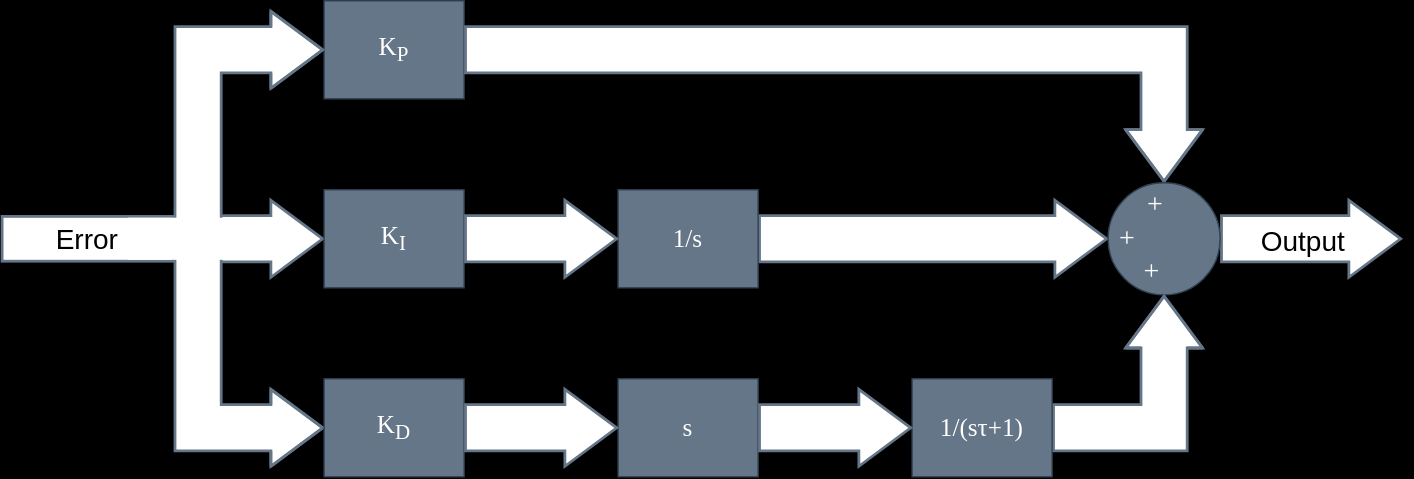
Earlier version of the draw.io export docs/svg/Block_Diagram_PID.svg (gab-k/RP2040-Decoder). Source tidied: cells renumbered, new cells last; positions are measured from the earlier drawing's top-left corner, leaving out a move shared by most shapes. The source it was exported from:
```xml
<mxGraphModel background="#000000">
  <root>
    <mxCell id="0" />
    <mxCell id="1" parent="0" />
    <mxCell id="2" style="endArrow=classic;html=1;rounded=0;strokeColor=#647687;shape=flexArrow;strokeWidth=2;fillColor=default;gradientColor=none;width=32;endSize=11.67;entryX=0;entryY=0.5;entryDx=0;entryDy=0;" parent="1" edge="1" target="4">
      <mxGeometry relative="1" as="geometry">
        <mxPoint x="130" y="170" as="sourcePoint" />
      </mxGeometry>
    </mxCell>
    <mxCell id="3" style="edgeStyle=orthogonalEdgeStyle;rounded=0;jettySize=auto;html=1;startArrow=none;" parent="1" edge="1" source="12">
      <mxGeometry relative="1" as="geometry">
        <mxPoint x="1000" y="170" as="targetPoint" />
      </mxGeometry>
    </mxCell>
    <mxCell id="4" value="K&lt;sub&gt;I&lt;/sub&gt;" style="rounded=0;whiteSpace=wrap;html=1;fontFamily=Verdana;fontSize=18;fontColor=#ffffff;fillColor=#647687;strokeColor=#314354;" parent="1" vertex="1">
      <mxGeometry x="230" y="135" width="100" height="70" as="geometry" />
    </mxCell>
    <mxCell id="5" style="edgeStyle=orthogonalEdgeStyle;rounded=0;jettySize=auto;html=1;startArrow=none;" parent="1" edge="1" target="4">
      <mxGeometry relative="1" as="geometry">
        <mxPoint x="590" y="170" as="sourcePoint" />
      </mxGeometry>
    </mxCell>
    <mxCell id="6" style="endArrow=classic;html=1;rounded=0;strokeColor=#647687;exitX=1;exitY=0.5;exitDx=0;exitDy=0;shape=flexArrow;strokeWidth=2;fillColor=default;gradientColor=none;width=32;endSize=11.67;entryX=0;entryY=0.5;entryDx=0;entryDy=0;startArrow=none;" parent="1" edge="1" source="20" target="12">
      <mxGeometry relative="1" as="geometry" />
    </mxCell>
    <mxCell id="7" value="K&lt;sub&gt;P&lt;/sub&gt;" style="rounded=0;whiteSpace=wrap;html=1;fontFamily=Verdana;fontSize=18;fontColor=#ffffff;fillColor=#647687;strokeColor=#314354;" parent="1" vertex="1">
      <mxGeometry x="230" width="100" height="70" as="geometry" />
    </mxCell>
    <mxCell id="8" style="endArrow=classic;html=1;rounded=0;strokeColor=#647687;shape=flexArrow;strokeWidth=2;fillColor=default;gradientColor=none;width=32;endSize=11.67;entryX=0;entryY=0.5;entryDx=0;entryDy=0;horizontal=0;startArrow=none;" parent="1" edge="1" target="7">
      <mxGeometry relative="1" as="geometry">
        <mxPoint x="140" y="170" as="sourcePoint" />
        <Array as="points">
          <mxPoint x="140" y="35" />
        </Array>
      </mxGeometry>
    </mxCell>
    <mxCell id="9" style="endArrow=classic;html=1;rounded=0;strokeColor=#647687;exitX=1;exitY=0.5;exitDx=0;exitDy=0;shape=flexArrow;strokeWidth=2;fillColor=default;gradientColor=none;width=32;endSize=11.67;entryX=0;entryY=0.5;entryDx=0;entryDy=0;" parent="1" edge="1" source="12">
      <mxGeometry relative="1" as="geometry">
        <mxPoint x="1000" y="170" as="targetPoint" />
      </mxGeometry>
    </mxCell>
    <mxCell id="10" value="Output" style="edgeLabel;html=1;align=center;verticalAlign=middle;fontSize=20;fontColor=default;" parent="9" vertex="1">
      <mxGeometry x="-0.45" relative="1" as="geometry">
        <mxPoint x="23" as="offset" />
      </mxGeometry>
    </mxCell>
    <mxCell id="11" style="endArrow=classic;html=1;rounded=0;strokeColor=#647687;shape=flexArrow;strokeWidth=2;fillColor=default;gradientColor=none;width=32;endSize=11.67;entryX=0.5;entryY=0;entryDx=0;entryDy=0;exitX=1;exitY=0.5;exitDx=0;exitDy=0;" parent="1" edge="1" source="7" target="12">
      <mxGeometry relative="1" as="geometry">
        <Array as="points">
          <mxPoint x="830" y="35" />
        </Array>
      </mxGeometry>
    </mxCell>
    <mxCell id="12" value="&lt;div style=&quot;font-size: 20px;&quot;&gt;&lt;font style=&quot;font-size: 20px;&quot;&gt;&amp;nbsp;&amp;nbsp;&amp;nbsp;&amp;nbsp;&amp;nbsp;&amp;nbsp;&amp;nbsp; +&lt;/font&gt;&lt;/div&gt;&lt;div style=&quot;font-size: 20px;&quot;&gt;&lt;font style=&quot;font-size: 20px;&quot;&gt;+&lt;br&gt;&lt;/font&gt;&lt;/div&gt;&lt;div style=&quot;font-size: 20px;&quot;&gt;&lt;font style=&quot;font-size: 20px;&quot;&gt;&amp;nbsp;&amp;nbsp;&amp;nbsp;&amp;nbsp;&amp;nbsp;&amp;nbsp; + &lt;br&gt;&lt;/font&gt;&lt;/div&gt;" style="ellipse;whiteSpace=wrap;html=1;rounded=0;shadow=0;glass=0;labelBackgroundColor=none;labelBorderColor=none;sketch=0;fontSize=18;fontColor=#ffffff;fontFamily=Verdana;fillColor=#647687;strokeColor=#314354;spacingRight=20;spacingLeft=-32;spacingBottom=4;" parent="1" vertex="1">
      <mxGeometry x="790" y="130" width="80" height="80" as="geometry" />
    </mxCell>
    <mxCell id="13" style="endArrow=classic;html=1;rounded=0;strokeColor=#647687;shape=flexArrow;strokeWidth=2;fillColor=default;gradientColor=none;width=32;endSize=11.67;entryX=0;entryY=0.5;entryDx=0;entryDy=0;" parent="1" edge="1" target="14">
      <mxGeometry relative="1" as="geometry">
        <mxPoint x="140" y="170" as="sourcePoint" />
        <Array as="points">
          <mxPoint x="140" y="305" />
        </Array>
      </mxGeometry>
    </mxCell>
    <mxCell id="14" value="K&lt;sub&gt;D&lt;/sub&gt;" style="rounded=0;whiteSpace=wrap;html=1;fontFamily=Verdana;fontSize=18;fontColor=#ffffff;fillColor=#647687;strokeColor=#314354;" parent="1" vertex="1">
      <mxGeometry x="230" y="270" width="100" height="70" as="geometry" />
    </mxCell>
    <mxCell id="15" value="s" style="rounded=0;whiteSpace=wrap;html=1;fontFamily=Verdana;fontSize=18;fontColor=#ffffff;fillColor=#647687;strokeColor=#314354;" parent="1" vertex="1">
      <mxGeometry x="440" y="270" width="100" height="70" as="geometry" />
    </mxCell>
    <mxCell id="16" style="endArrow=classic;html=1;rounded=0;strokeColor=#647687;shape=flexArrow;strokeWidth=2;fillColor=default;gradientColor=none;width=32;endSize=11.67;entryX=0;entryY=0.5;entryDx=0;entryDy=0;exitX=1;exitY=0.5;exitDx=0;exitDy=0;" parent="1" edge="1" source="14" target="15">
      <mxGeometry relative="1" as="geometry" />
    </mxCell>
    <mxCell id="17" style="endArrow=classic;html=1;rounded=0;strokeColor=#647687;exitX=1;exitY=0.5;exitDx=0;exitDy=0;shape=flexArrow;strokeWidth=2;fillColor=default;gradientColor=none;width=32;endSize=11.67;entryX=0.5;entryY=1;entryDx=0;entryDy=0;startArrow=none;" parent="1" edge="1" source="21" target="12">
      <mxGeometry relative="1" as="geometry">
        <Array as="points">
          <mxPoint x="830" y="305" />
        </Array>
      </mxGeometry>
    </mxCell>
    <mxCell id="18" value="&lt;font style=&quot;font-size: 20px;&quot;&gt;Error&lt;/font&gt;" style="rounded=0;whiteSpace=wrap;html=1;fontSize=11;strokeWidth=2;strokeColor=#647687;fillColor=default;fontColor=default;labelBackgroundColor=default;endArrow=classic;gradientColor=none;endSize=11.67;" parent="1" vertex="1">
      <mxGeometry y="154" width="122" height="32" as="geometry" />
    </mxCell>
    <mxCell id="19" style="rounded=0;whiteSpace=wrap;html=1;fontSize=13;strokeWidth=0;strokeColor=#FFFFFF;fillColor=default;fontColor=#FFFFFF;" parent="1" vertex="1">
      <mxGeometry x="90" y="155" width="70" height="30" as="geometry" />
    </mxCell>
    <mxCell id="20" value="1/s" style="rounded=0;whiteSpace=wrap;html=1;fontFamily=Verdana;fontSize=18;fontColor=#ffffff;fillColor=#647687;strokeColor=#314354;" parent="1" vertex="1">
      <mxGeometry x="440" y="135" width="100" height="70" as="geometry" />
    </mxCell>
    <mxCell id="21" value="1/(sτ+1)" style="rounded=0;whiteSpace=wrap;html=1;fontFamily=Verdana;fontSize=18;fontColor=#ffffff;fillColor=#647687;strokeColor=#314354;" parent="1" vertex="1">
      <mxGeometry x="650" y="270" width="100" height="70" as="geometry" />
    </mxCell>
    <mxCell id="22" style="endArrow=classic;html=1;rounded=0;strokeColor=#647687;shape=flexArrow;strokeWidth=2;fillColor=default;gradientColor=none;width=32;endSize=11.67;exitX=1;exitY=0.5;exitDx=0;exitDy=0;entryX=0;entryY=0.5;entryDx=0;entryDy=0;" parent="1" edge="1" source="15" target="21">
      <mxGeometry relative="1" as="geometry" />
    </mxCell>
    <mxCell id="23" style="endArrow=classic;html=1;rounded=0;strokeColor=#647687;shape=flexArrow;strokeWidth=2;fillColor=default;gradientColor=none;width=32;endSize=11.67;entryX=0;entryY=0.5;entryDx=0;entryDy=0;exitX=1;exitY=0.5;exitDx=0;exitDy=0;" parent="1" edge="1" source="4" target="20">
      <mxGeometry relative="1" as="geometry" />
    </mxCell>
  </root>
</mxGraphModel>
```
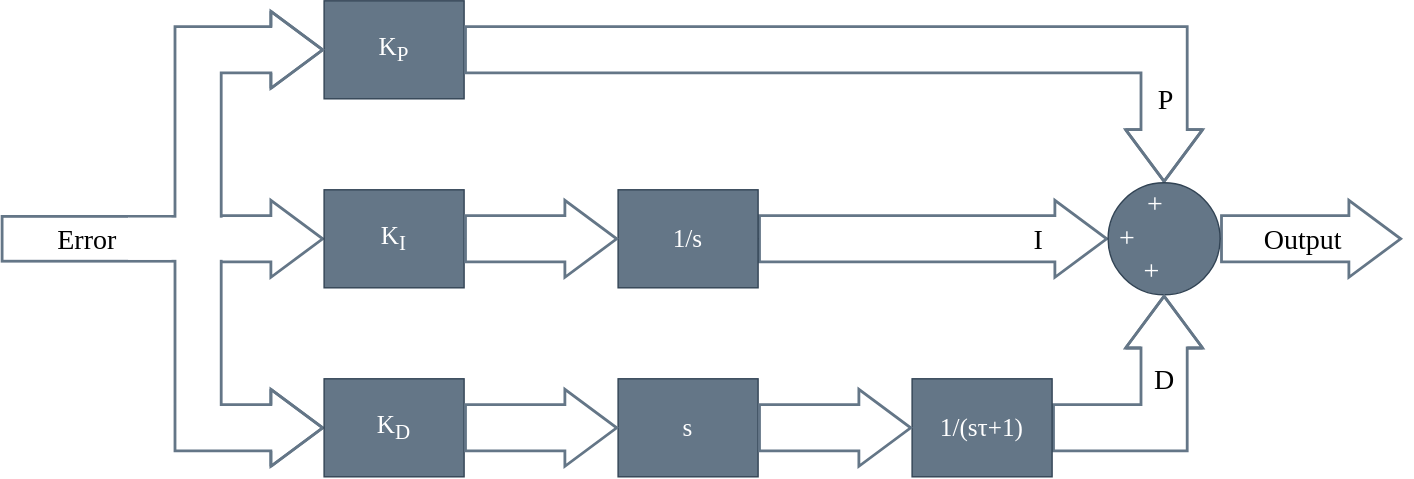
The same file after the commit.

What changed in the source:
```diff
@@ -23,6 +23,11 @@
     <mxCell id="6" style="endArrow=classic;html=1;rounded=0;strokeColor=#647687;exitX=1;exitY=0.5;exitDx=0;exitDy=0;shape=flexArrow;strokeWidth=2;fillColor=default;gradientColor=none;width=32;endSize=11.67;entryX=0;entryY=0.5;entryDx=0;entryDy=0;startArrow=none;" parent="1" edge="1" source="20" target="12">
       <mxGeometry relative="1" as="geometry" />
     </mxCell>
+    <mxCell id="24" value="I" style="edgeLabel;html=1;align=center;verticalAlign=middle;fontSize=20;fontFamily=Verdana;" parent="6" vertex="1">
+      <mxGeometry x="-0.36" y="3" relative="1" as="geometry">
+        <mxPoint x="120" y="3" as="offset" />
+      </mxGeometry>
+    </mxCell>
     <mxCell id="7" value="K&lt;sub&gt;P&lt;/sub&gt;" style="rounded=0;whiteSpace=wrap;html=1;fontFamily=Verdana;fontSize=18;fontColor=#ffffff;fillColor=#647687;strokeColor=#314354;" parent="1" vertex="1">
       <mxGeometry x="230" width="100" height="70" as="geometry" />
     </mxCell>
@@ -39,7 +44,7 @@
         <mxPoint x="1000" y="170" as="targetPoint" />
       </mxGeometry>
     </mxCell>
-    <mxCell id="10" value="Output" style="edgeLabel;html=1;align=center;verticalAlign=middle;fontSize=20;fontColor=default;" parent="9" vertex="1">
+    <mxCell id="10" value="Output" style="edgeLabel;html=1;align=center;verticalAlign=middle;fontSize=20;fontColor=default;fontFamily=Verdana;" parent="9" vertex="1">
       <mxGeometry x="-0.45" relative="1" as="geometry">
         <mxPoint x="23" as="offset" />
       </mxGeometry>
@@ -51,6 +56,11 @@
         </Array>
       </mxGeometry>
     </mxCell>
+    <mxCell id="25" value="P" style="edgeLabel;html=1;align=center;verticalAlign=middle;fontSize=20;fontFamily=Verdana;" parent="11" vertex="1">
+      <mxGeometry x="-0.07" y="-1" relative="1" as="geometry">
+        <mxPoint x="223" y="34" as="offset" />
+      </mxGeometry>
+    </mxCell>
     <mxCell id="12" value="&lt;div style=&quot;font-size: 20px;&quot;&gt;&lt;font style=&quot;font-size: 20px;&quot;&gt;&amp;nbsp;&amp;nbsp;&amp;nbsp;&amp;nbsp;&amp;nbsp;&amp;nbsp;&amp;nbsp; +&lt;/font&gt;&lt;/div&gt;&lt;div style=&quot;font-size: 20px;&quot;&gt;&lt;font style=&quot;font-size: 20px;&quot;&gt;+&lt;br&gt;&lt;/font&gt;&lt;/div&gt;&lt;div style=&quot;font-size: 20px;&quot;&gt;&lt;font style=&quot;font-size: 20px;&quot;&gt;&amp;nbsp;&amp;nbsp;&amp;nbsp;&amp;nbsp;&amp;nbsp;&amp;nbsp; + &lt;br&gt;&lt;/font&gt;&lt;/div&gt;" style="ellipse;whiteSpace=wrap;html=1;rounded=0;shadow=0;glass=0;labelBackgroundColor=none;labelBorderColor=none;sketch=0;fontSize=18;fontColor=#ffffff;fontFamily=Verdana;fillColor=#647687;strokeColor=#314354;spacingRight=20;spacingLeft=-32;spacingBottom=4;" parent="1" vertex="1">
       <mxGeometry x="790" y="130" width="80" height="80" as="geometry" />
     </mxCell>
@@ -78,7 +88,12 @@
         </Array>
       </mxGeometry>
     </mxCell>
+    <mxCell id="26" value="D" style="edgeLabel;html=1;align=center;verticalAlign=middle;fontSize=20;fontFamily=Verdana;" parent="17" vertex="1">
+      <mxGeometry x="-0.36" y="2" relative="1" as="geometry">
+        <mxPoint x="24" y="-33" as="offset" />
+      </mxGeometry>
+    </mxCell>
-    <mxCell id="18" value="&lt;font style=&quot;font-size: 20px;&quot;&gt;Error&lt;/font&gt;" style="rounded=0;whiteSpace=wrap;html=1;fontSize=11;strokeWidth=2;strokeColor=#647687;fillColor=default;fontColor=default;labelBackgroundColor=default;endArrow=classic;gradientColor=none;endSize=11.67;" parent="1" vertex="1">
+    <mxCell id="18" value="&lt;font style=&quot;font-size: 20px;&quot; face=&quot;Verdana&quot;&gt;Error&lt;/font&gt;" style="rounded=0;whiteSpace=wrap;html=1;fontSize=11;strokeWidth=2;strokeColor=#647687;fillColor=default;fontColor=default;labelBackgroundColor=default;endArrow=classic;gradientColor=none;endSize=11.67;" parent="1" vertex="1">
       <mxGeometry y="154" width="122" height="32" as="geometry" />
     </mxCell>
     <mxCell id="19" style="rounded=0;whiteSpace=wrap;html=1;fontSize=13;strokeWidth=0;strokeColor=#FFFFFF;fillColor=default;fontColor=#FFFFFF;" parent="1" vertex="1">
```
